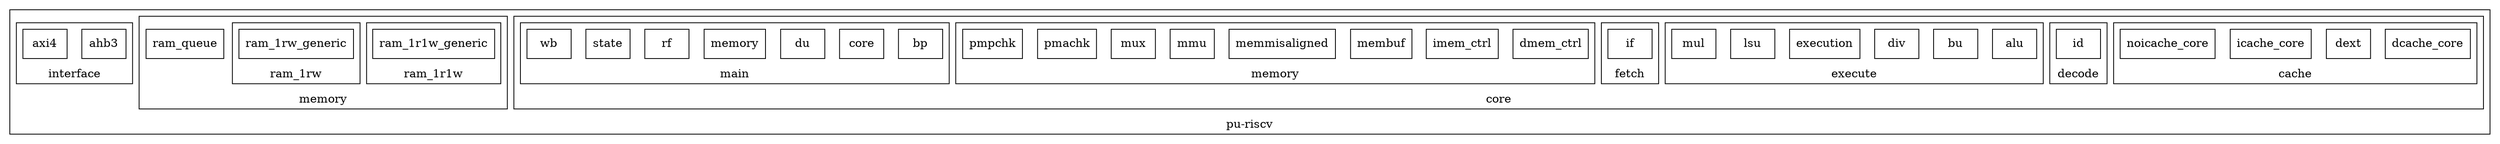
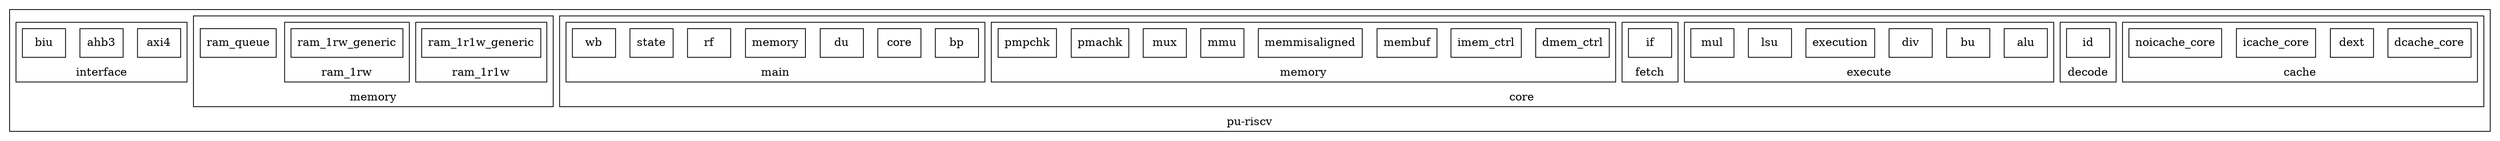
digraph Project {
  // Introduction
  graph [rankdir = BT, splines=ortho];
  node[shape=record];

  // Blocks
  subgraph "cluster pu-riscv" { label = "pu-riscv";
    subgraph "cluster core" { label = "core";
      subgraph "cluster cache" { label = "cache";
        dcache_core[shape=box, label="dcache_core"];
        dext[shape=box, label="dext"];
        icache_core[shape=box, label="icache_core"];
        noicache_core[shape=box, label="noicache_core"];
      }
      subgraph "cluster decode" { label = "decode";
        id[shape=box, label="id"];
      }
      subgraph "cluster execute" { label = "execute";
        alu[shape=box, label="alu"];
        bu[shape=box, label="bu"];
        div[shape=box, label="div"];
        execution[shape=box, label="execution"];
        lsu[shape=box, label="lsu"];
        mul[shape=box, label="mul"];
      }
      subgraph "cluster fetch" { label = "fetch";
        if[shape=box, label="if"];
      }
      subgraph "cluster memory" { label = "memory";
        dmem_ctrl[shape=box, label="dmem_ctrl"];
        imem_ctrl[shape=box, label="imem_ctrl"];
        membuf[shape=box, label="membuf"];
        memmisaligned[shape=box, label="memmisaligned"];
        mmu[shape=box, label="mmu"];
        mux[shape=box, label="mux"];
        pmachk[shape=box, label="pmachk"];
        pmpchk[shape=box, label="pmpchk"];
      }
      subgraph "cluster main" { label = "main";
        bp[shape=box, label="bp"];
        core[shape=box, label="core"];
        du[shape=box, label="du"];
        memory[shape=box, label="memory"];
        rf[shape=box, label="rf"];
        state[shape=box, label="state"];
        wb[shape=box, label="wb"];
      }
    }
    subgraph "cluster memory" { label = "memory";
      subgraph "cluster ram_1r1w" { label = "ram_1r1w";
        ram_1r1w_generic[shape=box, label="ram_1r1w_generic"];
      }
      subgraph "cluster ram_1rw" { label = "ram_1rw";
        ram_1rw_generic[shape=box, label="ram_1rw_generic"];
      }
      ram_queue[shape=box, label="ram_queue"];
    }
    subgraph "cluster interface" { label = "interface";
+       axi4[shape=box, label="axi4"];
      ahb3[shape=box, label="ahb3"];
-       axi4[shape=box, label="axi4"];
+       biu[shape=box, label="biu"];
      wb[shape=box, label="wb"];
    }
  }
}
